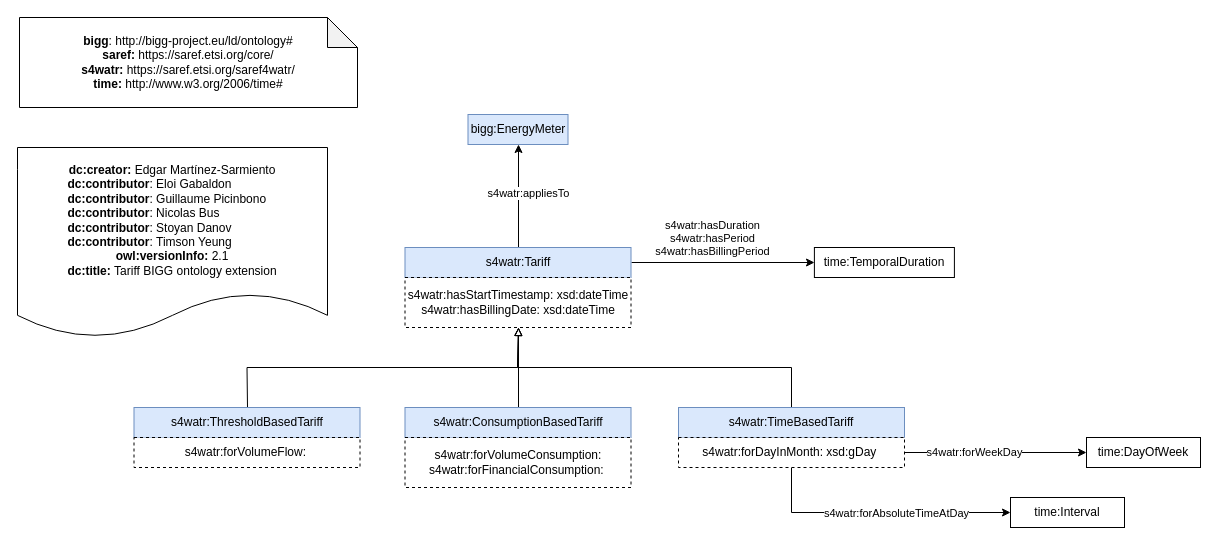
The draw.io diagram BIGGv2.1/conceptualization/extensions/bigg4tariff.drawio in biggproject/Ontology, before the edit. Source tidied: cells renumbered, new cells numbered last; positions are measured from the earlier drawing's top-left corner, leaving out a move shared by most shapes. Both pictures are drawn from the tidied source at 100%, with x=0, y=0 at pixel (17, 17).
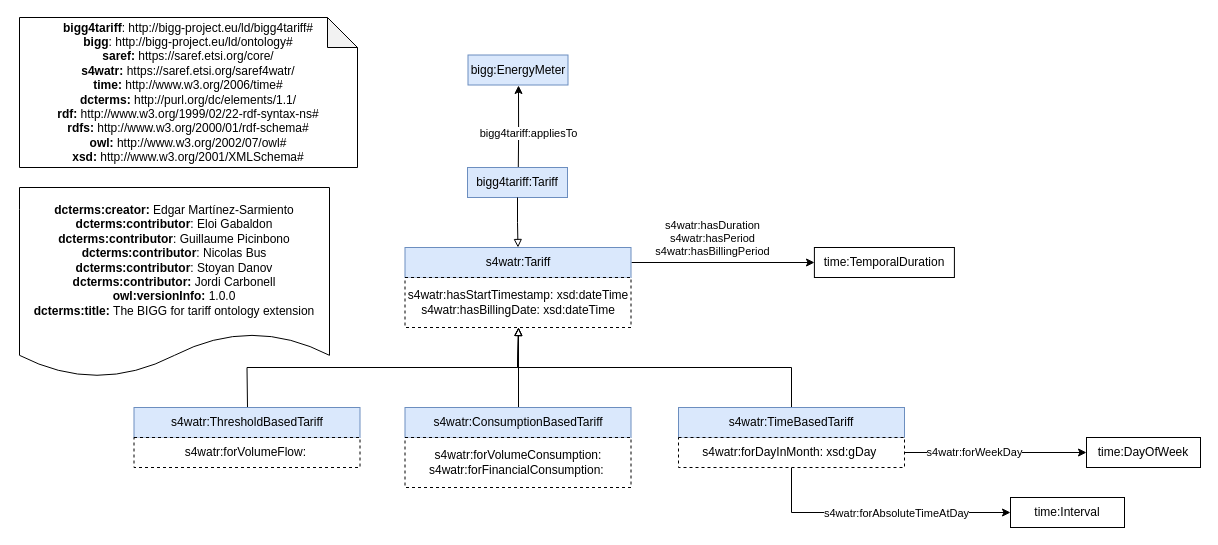
After the change.

Unchanged cells that the change refers to:
```xml
<mxCell id="7" value="s4watr:Tariff" style="rounded=0;whiteSpace=wrap;html=1;snapToPoint=1;points=[[0.1,0],[0.2,0],[0.3,0],[0.4,0],[0.5,0],[0.6,0],[0.7,0],[0.8,0],[0.9,0],[0,0.1],[0,0.3],[0,0.5],[0,0.7],[0,0.9],[0.1,1],[0.2,1],[0.3,1],[0.4,1],[0.5,1],[0.6,1],[0.7,1],[0.8,1],[0.9,1],[1,0.1],[1,0.3],[1,0.5],[1,0.7],[1,0.9]];fillColor=#dae8fc;strokeColor=#6c8ebf;" parent="1" vertex="1">
  <mxGeometry x="387.5" y="230" width="226" height="30" as="geometry" />
</mxCell>
```

Diff of the diagram source:
```diff
@@
     <mxCell id="2" value="bigg:EnergyMeter" style="rounded=0;whiteSpace=wrap;html=1;snapToPoint=1;points=[[0.1,0],[0.2,0],[0.3,0],[0.4,0],[0.5,0],[0.6,0],[0.7,0],[0.8,0],[0.9,0],[0,0.1],[0,0.3],[0,0.5],[0,0.7],[0,0.9],[0.1,1],[0.2,1],[0.3,1],[0.4,1],[0.5,1],[0.6,1],[0.7,1],[0.8,1],[0.9,1],[1,0.1],[1,0.3],[1,0.5],[1,0.7],[1,0.9]];fillColor=#dae8fc;strokeColor=#6c8ebf;" parent="1" vertex="1">
-      <mxGeometry x="450.5" y="97" width="100" height="30" as="geometry" />
+      <mxGeometry x="450.5" y="37.5" width="100" height="30" as="geometry" />
     </mxCell>
-    <mxCell id="3" style="rounded=0;jettySize=auto;html=1;edgeStyle=orthogonalEdgeStyle;" parent="1" edge="1" source="7" target="2">
-      <mxGeometry relative="1" as="geometry" />
+    <mxCell id="3" style="rounded=0;jettySize=auto;html=1;edgeStyle=orthogonalEdgeStyle;" parent="1" edge="1" target="2">
+      <mxGeometry relative="1" as="geometry">
+        <mxPoint x="500.6" y="170" as="sourcePoint" />
+      </mxGeometry>
     </mxCell>
-    <mxCell id="4" value="s4watr:appliesTo" style="edgeLabel;html=1;align=center;verticalAlign=middle;" parent="3" vertex="1">
+    <mxCell id="4" value="bigg4tariff:appliesTo" style="edgeLabel;html=1;align=center;verticalAlign=middle;" parent="3" vertex="1">
       <mxGeometry x="-0.1" y="-9" relative="1" as="geometry">
         <mxPoint y="-9" as="offset" />
       </mxGeometry>
     </mxCell>
@@
-    <mxCell id="25" value="&lt;div&gt;&lt;b&gt;bigg&lt;/b&gt;: http://bigg-project.eu/ld/ontology#&lt;/div&gt;&lt;div&gt;&lt;/div&gt;&lt;b&gt;saref:&lt;/b&gt;&amp;nbsp;https://saref.etsi.org/core/&lt;br&gt;&lt;b&gt;s4watr: &lt;/b&gt;https://saref.etsi.org/saref4watr/&lt;br&gt;&lt;span style=&quot;border-color: var(--border-color);&quot;&gt;&lt;b style=&quot;border-color: var(--border-color);&quot;&gt;time:&amp;nbsp;&lt;/b&gt;http://www.w3.org/2006/time#&lt;br style=&quot;border-color: var(--border-color);&quot;&gt;&lt;/span&gt;" style="shape=note;whiteSpace=wrap;html=1;backgroundOutline=1;darkOpacity=0.05;fillColor=#FFFFFF;" parent="1" vertex="1">
-      <mxGeometry x="2" width="338" height="90" as="geometry" />
+    <mxCell id="25" value="&lt;div&gt;&lt;b&gt;bigg4tariff&lt;/b&gt;: http://bigg-project.eu/ld/bigg4tariff#&lt;/div&gt;&lt;div&gt;&lt;/div&gt;&lt;div&gt;&lt;b&gt;bigg&lt;/b&gt;: http://bigg-project.eu/ld/ontology#&lt;/div&gt;&lt;div&gt;&lt;/div&gt;&lt;b&gt;&lt;/b&gt;&lt;b&gt;saref:&lt;/b&gt;&amp;nbsp;https://saref.etsi.org/core/&lt;br&gt;&lt;b&gt;s4watr: &lt;/b&gt;https://saref.etsi.org/saref4watr/&lt;br&gt;&lt;span style=&quot;border-color: var(--border-color);&quot;&gt;&lt;b style=&quot;border-color: var(--border-color);&quot;&gt;time:&amp;nbsp;&lt;/b&gt;http://www.w3.org/2006/time#&lt;br&gt;&lt;b&gt;dcterms:&lt;/b&gt;&amp;nbsp;http://purl.org/dc/elements/1.1/&lt;br&gt;&lt;div&gt;&lt;b&gt;rdf:&amp;nbsp;&lt;/b&gt;http://www.w3.org/1999/02/22-rdf-syntax-ns#&lt;/div&gt;&lt;div&gt;&lt;b&gt;rdfs:&amp;nbsp;&lt;/b&gt;http://www.w3.org/2000/01/rdf-schema#&lt;/div&gt;&lt;div&gt;&lt;b&gt;owl:&lt;/b&gt;&amp;nbsp;http://www.w3.org/2002/07/owl#&lt;/div&gt;&lt;div&gt;&lt;b&gt;xsd:&amp;nbsp;&lt;/b&gt;http://www.w3.org/2001/XMLSchema#&lt;/div&gt;&lt;/span&gt;" style="shape=note;whiteSpace=wrap;html=1;backgroundOutline=1;darkOpacity=0.05;fillColor=#FFFFFF;" parent="1" vertex="1">
+      <mxGeometry x="2" width="338" height="150" as="geometry" />
     </mxCell>
-    <mxCell id="26" value="&lt;div&gt;&lt;b&gt;dc:creator:&lt;/b&gt;&amp;nbsp;Edgar Martínez-Sarmiento&lt;/div&gt;&lt;div&gt;&lt;div style=&quot;text-align: left;&quot;&gt;&lt;b&gt;dc:contributor&lt;/b&gt;:&amp;nbsp;Eloi Gabaldon&lt;/div&gt;&lt;div style=&quot;text-align: left;&quot;&gt;&lt;b&gt;dc:contributor&lt;/b&gt;:&amp;nbsp;Guillaume Picinbono&lt;br&gt;&lt;/div&gt;&lt;div style=&quot;text-align: left;&quot;&gt;&lt;b&gt;dc:contributor&lt;/b&gt;:&amp;nbsp;Nicolas Bus&lt;br&gt;&lt;/div&gt;&lt;div style=&quot;text-align: left;&quot;&gt;&lt;b&gt;dc:contributor&lt;/b&gt;:&amp;nbsp;Stoyan Danov&lt;br&gt;&lt;/div&gt;&lt;div style=&quot;text-align: left;&quot;&gt;&lt;b&gt;dc:contributor&lt;/b&gt;:&amp;nbsp;Timson Yeung&lt;/div&gt;&lt;/div&gt;&lt;div&gt;&lt;b&gt;owl:versionInfo:&lt;/b&gt; 2.1&lt;br&gt;&lt;/div&gt;&lt;div&gt;&lt;b&gt;dc:title:&lt;/b&gt;&amp;nbsp;Tariff BIGG ontology extension&lt;/div&gt;" style="shape=document;whiteSpace=wrap;html=1;boundedLbl=1;labelBackgroundColor=#ffffff;strokeColor=#000000;fontSize=12;fontColor=#000000;size=0.23333333333333334;fillColor=#FFFFFF;" parent="1" vertex="1">
-      <mxGeometry y="130" width="310" height="190" as="geometry" />
+    <mxCell id="26" value="&lt;div&gt;&lt;b&gt;dcterms:creator:&lt;/b&gt;&amp;nbsp;Edgar Martínez-Sarmiento&lt;/div&gt;&lt;div&gt;&lt;div&gt;&lt;b&gt;dc&lt;/b&gt;&lt;b&gt;terms&lt;/b&gt;&lt;b&gt;:contributor&lt;/b&gt;:&amp;nbsp;Eloi Gabaldon&lt;/div&gt;&lt;div&gt;&lt;b&gt;dc&lt;/b&gt;&lt;b&gt;terms&lt;/b&gt;&lt;b&gt;:contributor&lt;/b&gt;:&amp;nbsp;Guillaume Picinbono&lt;/div&gt;&lt;div&gt;&lt;b&gt;dc&lt;/b&gt;&lt;b&gt;terms&lt;/b&gt;&lt;b&gt;:contributor&lt;/b&gt;:&amp;nbsp;Nicolas Bus&lt;/div&gt;&lt;div&gt;&lt;b&gt;dc&lt;/b&gt;&lt;b&gt;terms&lt;/b&gt;&lt;b&gt;:contributor&lt;/b&gt;:&amp;nbsp;Stoyan Danov&lt;/div&gt;&lt;div&gt;&lt;b&gt;dc&lt;/b&gt;&lt;b&gt;terms&lt;/b&gt;&lt;b&gt;:contributor:&amp;nbsp;&lt;/b&gt;Jordi Carbonell&lt;/div&gt;&lt;/div&gt;&lt;div&gt;&lt;b&gt;owl:versionInfo:&lt;/b&gt;&amp;nbsp;1.0.0&lt;/div&gt;&lt;div&gt;&lt;b&gt;dcterms:title:&lt;/b&gt;&amp;nbsp;The BIGG for tariff ontology extension&lt;/div&gt;" style="shape=document;whiteSpace=wrap;html=1;boundedLbl=1;labelBackgroundColor=#ffffff;strokeColor=#000000;fontSize=12;fontColor=#000000;size=0.23333333333333334;fillColor=#FFFFFF;" parent="1" vertex="1">
+      <mxGeometry x="2" y="170" width="310" height="190" as="geometry" />
     </mxCell>
+    <mxCell id="27" value="bigg4tariff:Tariff" style="rounded=0;whiteSpace=wrap;html=1;snapToPoint=1;points=[[0.1,0],[0.2,0],[0.3,0],[0.4,0],[0.5,0],[0.6,0],[0.7,0],[0.8,0],[0.9,0],[0,0.1],[0,0.3],[0,0.5],[0,0.7],[0,0.9],[0.1,1],[0.2,1],[0.3,1],[0.4,1],[0.5,1],[0.6,1],[0.7,1],[0.8,1],[0.9,1],[1,0.1],[1,0.3],[1,0.5],[1,0.7],[1,0.9]];fillColor=#dae8fc;strokeColor=#6c8ebf;" parent="1" vertex="1">
+      <mxGeometry x="450" y="150" width="100" height="30" as="geometry" />
+    </mxCell>
+    <mxCell id="28" style="edgeStyle=orthogonalEdgeStyle;rounded=0;jettySize=auto;html=1;endArrow=block;endFill=0;entryX=0.5;entryY=0;entryDx=0;entryDy=0;exitX=0.5;exitY=1;exitDx=0;exitDy=0;" parent="1" edge="1" source="27" target="7">
+      <mxGeometry relative="1" as="geometry" />
+    </mxCell>
```
